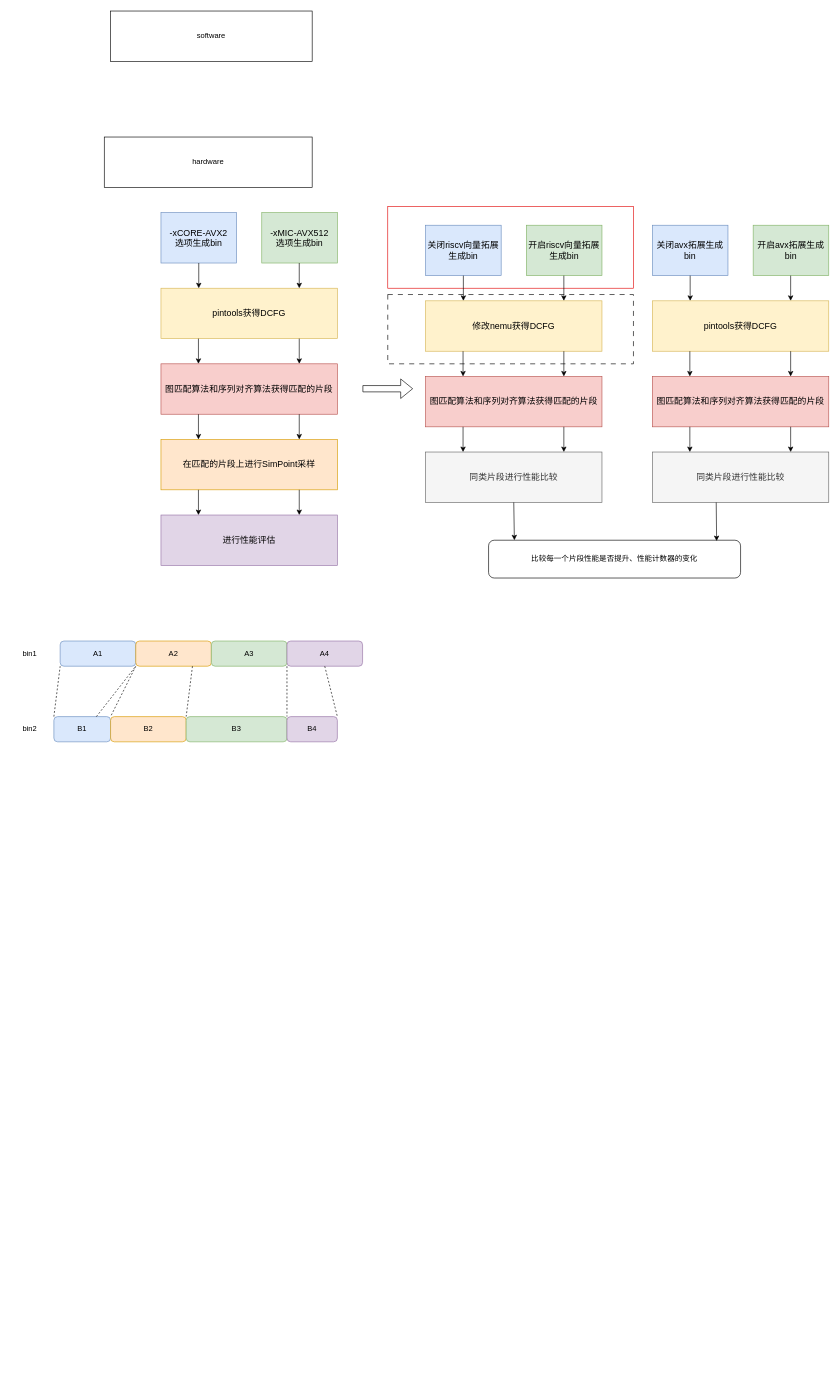
Above: 1.drawio in Ziyue-Zhang/apicture (draw.io), before the change. Source tidied: cells renumbered, new cells numbered last; positions are measured from the earlier drawing's top-left corner, leaving out a move shared by most shapes. Both pictures are drawn from the tidied source at 63%, with x=0, y=0 at pixel (11, 11).
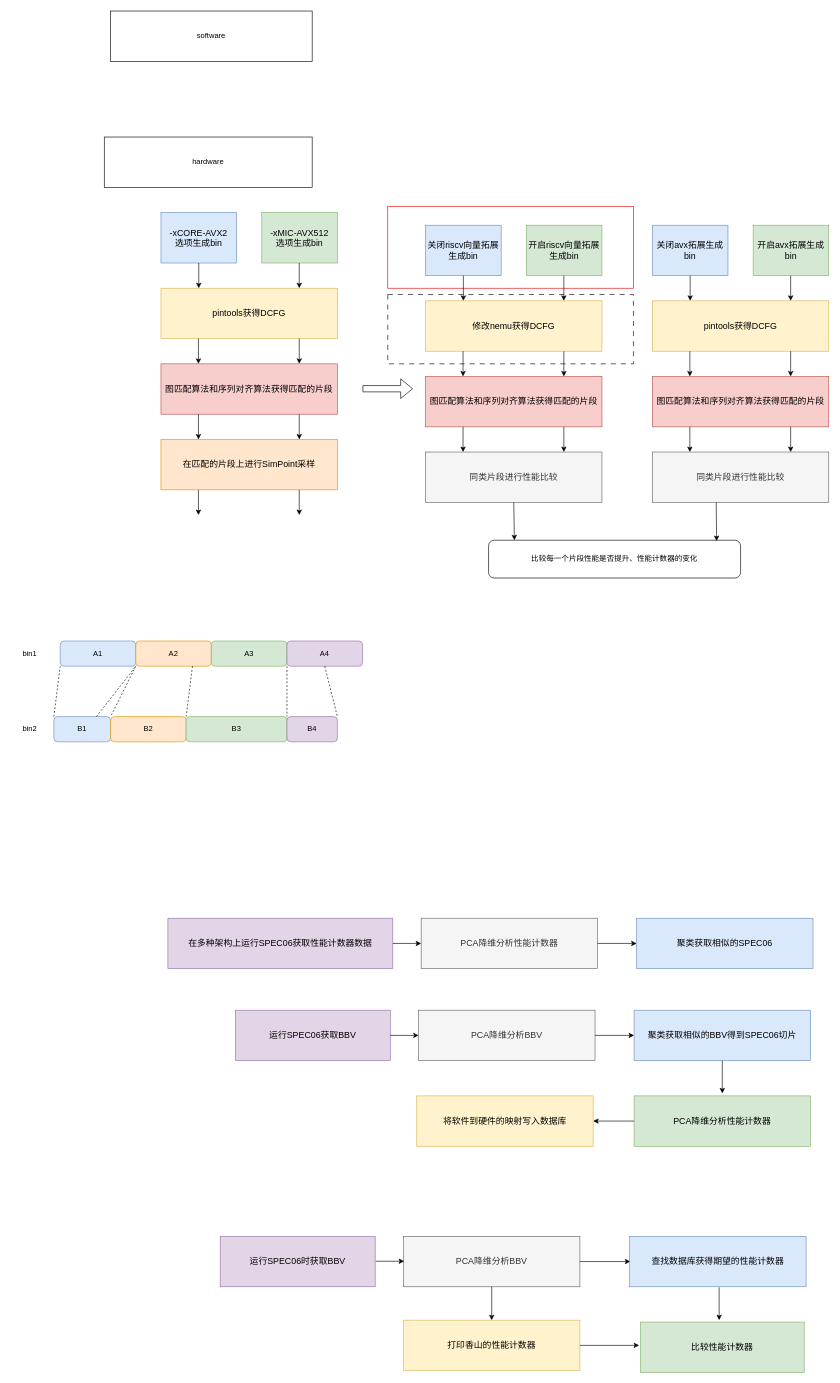
The same page after the edit.

The edit, as a diff of the source:
```diff
@@
-    <mxCell id="11" value="&lt;font style=&quot;font-size: 14px;&quot;&gt;进行性能评估&lt;/font&gt;" style="rounded=0;whiteSpace=wrap;html=1;fillColor=#e1d5e7;strokeColor=#9673a6;" parent="1" vertex="1">
-      <mxGeometry x="238" y="800" width="280" height="80" as="geometry" />
+    <mxCell id="11" value="&lt;font style=&quot;font-size: 14px;&quot;&gt;在多种架构上运行SPEC06获取性能计数器数据&lt;/font&gt;" style="rounded=0;whiteSpace=wrap;html=1;fillColor=#e1d5e7;strokeColor=#9673a6;" parent="1" vertex="1">
+      <mxGeometry x="249" y="1440" width="357" height="80" as="geometry" />
     </mxCell>
@@
+    <mxCell id="62" value="&lt;span style=&quot;font-size: 14px;&quot;&gt;PCA降维分析性能计数器&lt;/span&gt;" style="rounded=0;whiteSpace=wrap;html=1;fillColor=#f5f5f5;strokeColor=#666666;fontColor=#333333;" parent="1" vertex="1">
+      <mxGeometry x="651" y="1440" width="280" height="80" as="geometry" />
+    </mxCell>
+    <mxCell id="63" value="&lt;span style=&quot;font-size: 14px;&quot;&gt;聚类获取相似的SPEC06&lt;/span&gt;" style="rounded=0;whiteSpace=wrap;html=1;fillColor=#dae8fc;strokeColor=#6c8ebf;" parent="1" vertex="1">
+      <mxGeometry x="993" y="1440" width="280" height="80" as="geometry" />
+    </mxCell>
+    <mxCell id="64" value="&lt;font style=&quot;font-size: 14px;&quot;&gt;运行SPEC06获取BBV&lt;/font&gt;" style="rounded=0;whiteSpace=wrap;html=1;fillColor=#e1d5e7;strokeColor=#9673a6;" parent="1" vertex="1">
+      <mxGeometry x="356" y="1586" width="246" height="80" as="geometry" />
+    </mxCell>
+    <mxCell id="65" value="&lt;span style=&quot;font-size: 14px;&quot;&gt;PCA降维分析BBV&lt;/span&gt;" style="rounded=0;whiteSpace=wrap;html=1;fillColor=#f5f5f5;strokeColor=#666666;fontColor=#333333;" parent="1" vertex="1">
+      <mxGeometry x="647" y="1586" width="280" height="80" as="geometry" />
+    </mxCell>
+    <mxCell id="66" value="&lt;span style=&quot;font-size: 14px;&quot;&gt;聚类获取相似的BBV得到SPEC06切片&lt;/span&gt;" style="rounded=0;whiteSpace=wrap;html=1;fillColor=#dae8fc;strokeColor=#6c8ebf;" parent="1" vertex="1">
+      <mxGeometry x="989" y="1586" width="280" height="80" as="geometry" />
+    </mxCell>
+    <mxCell id="67" style="endArrow=classic;html=1;rounded=0;exitX=1;exitY=0.5;exitDx=0;exitDy=0;entryX=0;entryY=0.5;entryDx=0;entryDy=0;" parent="1" edge="1" source="11" target="62">
+      <mxGeometry relative="1" as="geometry" />
+    </mxCell>
+    <mxCell id="68" style="endArrow=classic;html=1;rounded=0;exitX=1;exitY=0.5;exitDx=0;exitDy=0;entryX=0;entryY=0.5;entryDx=0;entryDy=0;" parent="1" edge="1" source="62" target="63">
+      <mxGeometry relative="1" as="geometry" />
+    </mxCell>
+    <mxCell id="69" style="endArrow=classic;html=1;rounded=0;exitX=1;exitY=0.5;exitDx=0;exitDy=0;entryX=0;entryY=0.5;entryDx=0;entryDy=0;" parent="1" edge="1" source="64" target="65">
+      <mxGeometry relative="1" as="geometry" />
+    </mxCell>
+    <mxCell id="70" style="endArrow=classic;html=1;rounded=0;exitX=1;exitY=0.5;exitDx=0;exitDy=0;entryX=0;entryY=0.5;entryDx=0;entryDy=0;" parent="1" edge="1" source="65" target="66">
+      <mxGeometry relative="1" as="geometry" />
+    </mxCell>
+    <mxCell id="71" style="endArrow=classic;html=1;rounded=0;exitX=0.5;exitY=1;exitDx=0;exitDy=0;" parent="1" edge="1" source="66">
+      <mxGeometry relative="1" as="geometry">
+        <mxPoint x="1129" y="1718" as="targetPoint" />
+      </mxGeometry>
+    </mxCell>
+    <mxCell id="72" value="&lt;span style=&quot;font-size: 14px;&quot;&gt;PCA降维分析性能计数器&lt;/span&gt;" style="rounded=0;whiteSpace=wrap;html=1;fillColor=#d5e8d4;strokeColor=#82b366;" parent="1" vertex="1">
+      <mxGeometry x="989" y="1722" width="280" height="80" as="geometry" />
+    </mxCell>
+    <mxCell id="73" style="endArrow=classic;html=1;rounded=0;exitX=0;exitY=0.5;exitDx=0;exitDy=0;" parent="1" edge="1" source="72" target="74">
+      <mxGeometry relative="1" as="geometry" />
+    </mxCell>
+    <mxCell id="74" value="&lt;span style=&quot;font-size: 14px;&quot;&gt;将软件到硬件的映射写入数据库&lt;/span&gt;" style="rounded=0;whiteSpace=wrap;html=1;fillColor=#fff2cc;strokeColor=#d6b656;" parent="1" vertex="1">
+      <mxGeometry x="644" y="1722" width="280" height="80" as="geometry" />
+    </mxCell>
+    <mxCell id="75" value="&lt;font style=&quot;font-size: 14px;&quot;&gt;运行SPEC06时获取BBV&lt;/font&gt;" style="rounded=0;whiteSpace=wrap;html=1;fillColor=#e1d5e7;strokeColor=#9673a6;" parent="1" vertex="1">
+      <mxGeometry x="332" y="1945" width="246" height="80" as="geometry" />
+    </mxCell>
+    <mxCell id="76" value="&lt;span style=&quot;font-size: 14px;&quot;&gt;PCA降维分析BBV&lt;/span&gt;" style="rounded=0;whiteSpace=wrap;html=1;fillColor=#f5f5f5;strokeColor=#666666;fontColor=#333333;" parent="1" vertex="1">
+      <mxGeometry x="623" y="1945" width="280" height="80" as="geometry" />
+    </mxCell>
+    <mxCell id="77" style="endArrow=classic;html=1;rounded=0;exitX=1;exitY=0.5;exitDx=0;exitDy=0;" parent="1" edge="1" source="76">
+      <mxGeometry relative="1" as="geometry">
+        <mxPoint x="983" y="1985" as="targetPoint" />
+      </mxGeometry>
+    </mxCell>
+    <mxCell id="78" value="&lt;span style=&quot;font-size: 14px;&quot;&gt;查找数据库获得期望的性能计数器&lt;/span&gt;" style="rounded=0;whiteSpace=wrap;html=1;fillColor=#dae8fc;strokeColor=#6c8ebf;" parent="1" vertex="1">
+      <mxGeometry x="982" y="1945" width="280" height="80" as="geometry" />
+    </mxCell>
+    <mxCell id="79" value="&lt;span style=&quot;font-size: 14px;&quot;&gt;打印香山的性能计数器&lt;/span&gt;" style="rounded=0;whiteSpace=wrap;html=1;fillColor=#fff2cc;strokeColor=#d6b656;" parent="1" vertex="1">
+      <mxGeometry x="623" y="2078" width="280" height="80" as="geometry" />
+    </mxCell>
+    <mxCell id="80" style="endArrow=classic;html=1;rounded=0;exitX=0.5;exitY=1;exitDx=0;exitDy=0;entryX=0.5;entryY=0;entryDx=0;entryDy=0;" parent="1" edge="1" source="76" target="79">
+      <mxGeometry relative="1" as="geometry" />
+    </mxCell>
+    <mxCell id="81" style="endArrow=classic;html=1;rounded=0;exitX=1;exitY=0.5;exitDx=0;exitDy=0;entryX=0;entryY=0.5;entryDx=0;entryDy=0;" parent="1" edge="1">
+      <mxGeometry relative="1" as="geometry">
+        <mxPoint x="579" y="1984.5" as="sourcePoint" />
+        <mxPoint x="624" y="1984.5" as="targetPoint" />
+      </mxGeometry>
+    </mxCell>
+    <mxCell id="82" style="endArrow=classic;html=1;rounded=0;exitX=1;exitY=0.5;exitDx=0;exitDy=0;" parent="1" edge="1" source="79">
+      <mxGeometry relative="1" as="geometry">
+        <mxPoint x="997" y="2118" as="targetPoint" />
+      </mxGeometry>
+    </mxCell>
+    <mxCell id="83" value="&lt;span style=&quot;font-size: 14px;&quot;&gt;比较性能计数器&lt;/span&gt;" style="rounded=0;whiteSpace=wrap;html=1;fillColor=#d5e8d4;strokeColor=#82b366;" parent="1" vertex="1">
+      <mxGeometry x="999" y="2081" width="260" height="80" as="geometry" />
+    </mxCell>
+    <mxCell id="84" style="endArrow=classic;html=1;rounded=0;exitX=0.5;exitY=1;exitDx=0;exitDy=0;" parent="1" edge="1">
+      <mxGeometry relative="1" as="geometry">
+        <mxPoint x="1124" y="2026" as="sourcePoint" />
+        <mxPoint x="1124" y="2078" as="targetPoint" />
+      </mxGeometry>
+    </mxCell>
```
